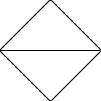
This is Untitled Diagram.png from NIGHTFIGHTING/wiser, a draw.io export, as it was before one commit. Source tidied: cells renumbered, new cells last; positions are measured from the earlier drawing's top-left corner, leaving out a move shared by most shapes.
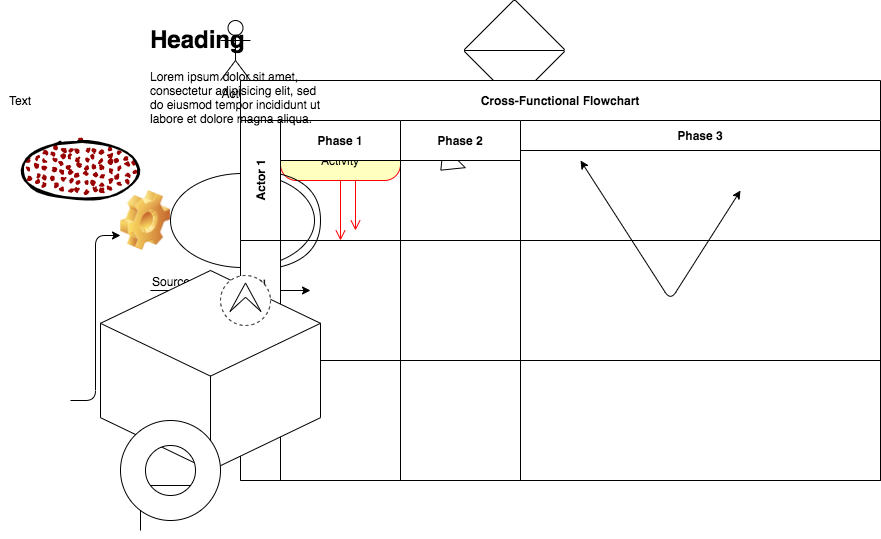
Above is the later version.

The edit, as a diff of the source:
```diff
@@ -5,5 +5,130 @@
     <mxCell id="2" style="verticalLabelPosition=bottom;verticalAlign=top;html=1;shape=mxgraph.flowchart.sort;" parent="1" vertex="1">
       <mxGeometry width="100" height="100" as="geometry" />
     </mxCell>
+    <mxCell id="3" value="Actor" style="shape=umlActor;verticalLabelPosition=bottom;verticalAlign=top;html=1;" parent="1" vertex="1">
+      <mxGeometry x="-244" y="20" width="30" height="60" as="geometry" />
+    </mxCell>
+    <mxCell id="4" style="ellipse;html=1;shape=startState;fillColor=#000000;strokeColor=#ff0000;" parent="1" vertex="1">
+      <mxGeometry x="-124" y="140" width="30" height="30" as="geometry" />
+    </mxCell>
+    <mxCell id="5" style="edgeStyle=orthogonalEdgeStyle;html=1;verticalAlign=bottom;endArrow=open;endSize=8;strokeColor=#ff0000;" parent="1" edge="1" source="4">
+      <mxGeometry relative="1" as="geometry">
+        <mxPoint x="-109" y="230" as="targetPoint" />
+      </mxGeometry>
+    </mxCell>
+    <mxCell id="6" value="Activity" style="rounded=1;whiteSpace=wrap;html=1;arcSize=40;fontColor=#000000;fillColor=#ffffc0;strokeColor=#ff0000;" parent="1" vertex="1">
+      <mxGeometry x="-184" y="140" width="120" height="40" as="geometry" />
+    </mxCell>
+    <mxCell id="7" style="edgeStyle=orthogonalEdgeStyle;html=1;verticalAlign=bottom;endArrow=open;endSize=8;strokeColor=#ff0000;" parent="1" edge="1" source="6">
+      <mxGeometry relative="1" as="geometry">
+        <mxPoint x="-124" y="240" as="targetPoint" />
+      </mxGeometry>
+    </mxCell>
+    <mxCell id="8" style="shape=providedRequiredInterface;html=1;verticalLabelPosition=bottom;" parent="1" vertex="1">
+      <mxGeometry x="-294" y="170" width="150" height="100" as="geometry" />
+    </mxCell>
+    <mxCell id="9" style="ellipse;whiteSpace=wrap;html=1;strokeWidth=2;fillWeight=2;hachureGap=8;fillColor=#990000;fillStyle=dots;sketch=1;" parent="1" vertex="1">
+      <mxGeometry x="-444" y="140" width="120" height="60" as="geometry" />
+    </mxCell>
+    <mxCell id="10" style="shape=image;html=1;verticalLabelPosition=bottom;verticalAlign=top;imageAspect=0;image=img/clipart/Gear_128x128.png;" parent="1" vertex="1">
+      <mxGeometry x="-344" y="190" width="50" height="60" as="geometry" />
+    </mxCell>
+    <mxCell id="11" style="shape=flexArrow;endArrow=classic;startArrow=classic;html=1;" parent="1" edge="1">
+      <mxGeometry relative="1" as="geometry">
+        <mxPoint x="-24" y="170" as="sourcePoint" />
+        <mxPoint x="26" y="120" as="targetPoint" />
+      </mxGeometry>
+    </mxCell>
+    <mxCell id="12" style="endArrow=classic;startArrow=classic;html=1;" parent="1" edge="1">
+      <mxGeometry relative="1" as="geometry">
+        <mxPoint x="116" y="160" as="sourcePoint" />
+        <mxPoint x="276" y="190" as="targetPoint" />
+        <Array as="points">
+          <mxPoint x="206" y="300" />
+        </Array>
+      </mxGeometry>
+    </mxCell>
+    <mxCell id="13" style="endArrow=classic;html=1;" parent="1" edge="1" source="36">
+      <mxGeometry relative="1" as="geometry">
+        <mxPoint x="-214" y="100" as="targetPoint" />
+      </mxGeometry>
+    </mxCell>
+    <mxCell id="14" style="endArrow=classic;html=1;" parent="1" edge="1">
+      <mxGeometry relative="1" as="geometry">
+        <mxPoint x="-314" y="290" as="sourcePoint" />
+        <mxPoint x="-154" y="290" as="targetPoint" />
+      </mxGeometry>
+    </mxCell>
+    <mxCell id="15" value="Label" style="edgeLabel;html=1;align=center;verticalAlign=middle;" parent="14" vertex="1">
+      <mxGeometry relative="1" as="geometry" />
+    </mxCell>
+    <mxCell id="16" value="Source" style="edgeLabel;html=1;align=left;verticalAlign=bottom;" parent="14" vertex="1">
+      <mxGeometry x="-1" relative="1" as="geometry" />
+    </mxCell>
+    <mxCell id="17" value="Cross-Functional Flowchart" style="shape=table;rowLines=0;columnLines=0;startSize=40;html=1;whiteSpace=wrap;fontStyle=1;align=center;" parent="1" vertex="1">
+      <mxGeometry x="-224" y="80" width="640" height="400" as="geometry" />
+    </mxCell>
+    <mxCell id="18" value="Actor 1" style="swimlane;horizontal=0;startSize=40;html=1;whiteSpace=wrap;fontStyle=1;" parent="17" vertex="1">
+      <mxGeometry y="40" width="640" height="120" as="geometry" />
+    </mxCell>
+    <mxCell id="19" value="Phase 1" style="swimlane;startSize=40;html=1;whiteSpace=wrap;" parent="18" vertex="1">
+      <mxGeometry x="40" width="120" height="120" as="geometry" />
+    </mxCell>
+    <mxCell id="20" value="Phase 2" style="swimlane;startSize=40;html=1;whiteSpace=wrap;" parent="18" vertex="1">
+      <mxGeometry x="160" width="120" height="120" as="geometry" />
+    </mxCell>
+    <mxCell id="21" value="Phase 3" style="swimlane;startSize=30;html=1;whiteSpace=wrap;" parent="18" vertex="1">
+      <mxGeometry x="280" width="360" height="120" as="geometry" />
+    </mxCell>
+    <mxCell id="22" value="Actor 2" style="swimlane;horizontal=0;startSize=40;html=1;whiteSpace=wrap;" parent="17" vertex="1">
+      <mxGeometry y="160" width="640" height="120" as="geometry" />
+    </mxCell>
+    <mxCell id="23" style="swimlane;startSize=0;html=1;whiteSpace=wrap;" parent="22" vertex="1">
+      <mxGeometry x="40" width="120" height="120" as="geometry" />
+    </mxCell>
+    <mxCell id="24" style="swimlane;startSize=0;html=1;whiteSpace=wrap;" parent="22" vertex="1">
+      <mxGeometry x="160" width="120" height="120" as="geometry" />
+    </mxCell>
+    <mxCell id="25" style="swimlane;startSize=0;html=1;whiteSpace=wrap;" parent="22" vertex="1">
+      <mxGeometry x="280" width="360" height="120" as="geometry" />
+    </mxCell>
+    <mxCell id="26" value="Actor 3" style="swimlane;horizontal=0;startSize=40;html=1;whiteSpace=wrap;" parent="17" vertex="1">
+      <mxGeometry y="280" width="640" height="120" as="geometry" />
+    </mxCell>
+    <mxCell id="27" style="swimlane;startSize=0;html=1;whiteSpace=wrap;" parent="26" vertex="1">
+      <mxGeometry x="40" width="120" height="120" as="geometry" />
+    </mxCell>
+    <mxCell id="28" style="swimlane;startSize=0;html=1;whiteSpace=wrap;" parent="26" vertex="1">
+      <mxGeometry x="160" width="120" height="120" as="geometry" />
+    </mxCell>
+    <mxCell id="29" style="swimlane;startSize=0;html=1;whiteSpace=wrap;" parent="26" vertex="1">
+      <mxGeometry x="280" width="360" height="120" as="geometry" />
+    </mxCell>
+    <mxCell id="30" style="html=1;whiteSpace=wrap;shape=isoCube2;backgroundOutline=1;isoAngle=15;" parent="1" vertex="1">
+      <mxGeometry x="-364" y="270" width="220" height="200" as="geometry" />
+    </mxCell>
+    <mxCell id="31" style="edgeStyle=elbowEdgeStyle;elbow=horizontal;endArrow=classic;html=1;entryX=0;entryY=0.75;entryDx=0;entryDy=0;" parent="1" edge="1" target="10">
+      <mxGeometry relative="1" as="geometry">
+        <mxPoint x="-394" y="400" as="sourcePoint" />
+      </mxGeometry>
+    </mxCell>
+    <mxCell id="32" style="edgeStyle=elbowEdgeStyle;elbow=vertical;endArrow=classic;html=1;" parent="1" edge="1">
+      <mxGeometry relative="1" as="geometry">
+        <mxPoint x="-324" y="530" as="sourcePoint" />
+        <mxPoint x="-254" y="440" as="targetPoint" />
+      </mxGeometry>
+    </mxCell>
+    <mxCell id="33" style="verticalLabelPosition=bottom;verticalAlign=top;html=1;shape=mxgraph.basic.donut;dx=25;" parent="1" vertex="1">
+      <mxGeometry x="-344" y="420" width="100" height="100" as="geometry" />
+    </mxCell>
+    <mxCell id="34" style="shape=mxgraph.bpmn.shape;html=1;verticalLabelPosition=bottom;labelBackgroundColor=#ffffff;verticalAlign=top;align=center;perimeter=ellipsePerimeter;outline=eventNonint;symbol=escalation;" parent="1" vertex="1">
+      <mxGeometry x="-244" y="275" width="50" height="50" as="geometry" />
+    </mxCell>
+    <mxCell id="35" value="Text" style="text;html=1;strokeColor=none;fillColor=none;align=center;verticalAlign=middle;whiteSpace=wrap;rounded=0;" parent="1" vertex="1">
+      <mxGeometry x="-464" y="90" width="40" height="20" as="geometry" />
+    </mxCell>
+    <mxCell id="36" value="&lt;h1&gt;Heading&lt;/h1&gt;&lt;p&gt;Lorem ipsum dolor sit amet, consectetur adipisicing elit, sed do eiusmod tempor incididunt ut labore et dolore magna aliqua.&lt;/p&gt;" style="text;html=1;strokeColor=none;fillColor=none;spacing=5;spacingTop=-20;whiteSpace=wrap;overflow=hidden;rounded=0;" parent="1" vertex="1">
+      <mxGeometry x="-319" y="20" width="190" height="120" as="geometry" />
+    </mxCell>
   </root>
 </mxGraphModel>
```
